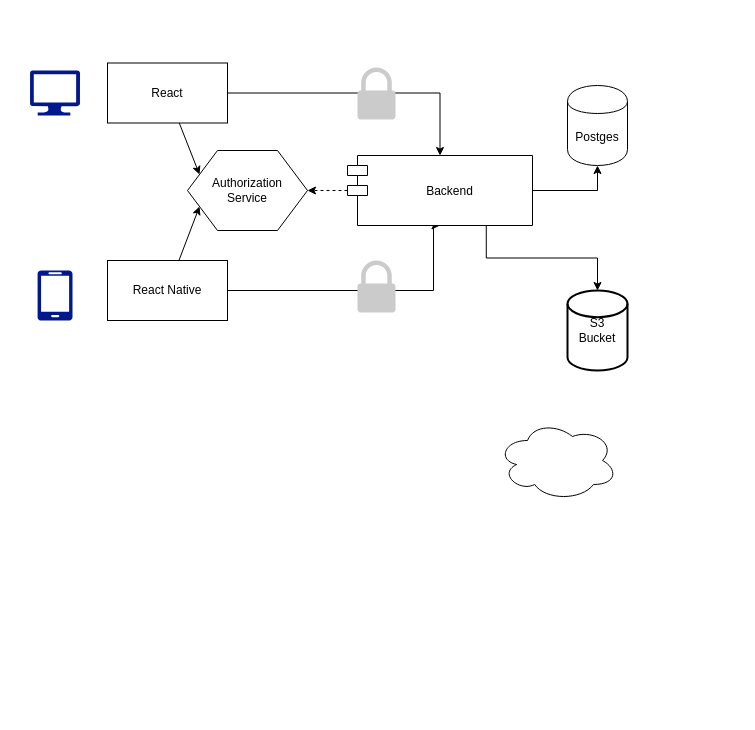
The draw.io diagram Life Logs Overview.drawio in gmarkoss/life-logs-poc, before the edit. Source tidied: cells renumbered, new cells numbered last; positions are measured from the earlier drawing's top-left corner, leaving out a move shared by most shapes. Both pictures are drawn from the tidied source at 100%, with x=0, y=0 at pixel (29, 62). Pictures stored in the file or linked from it are replaced by grey dashed boxes.
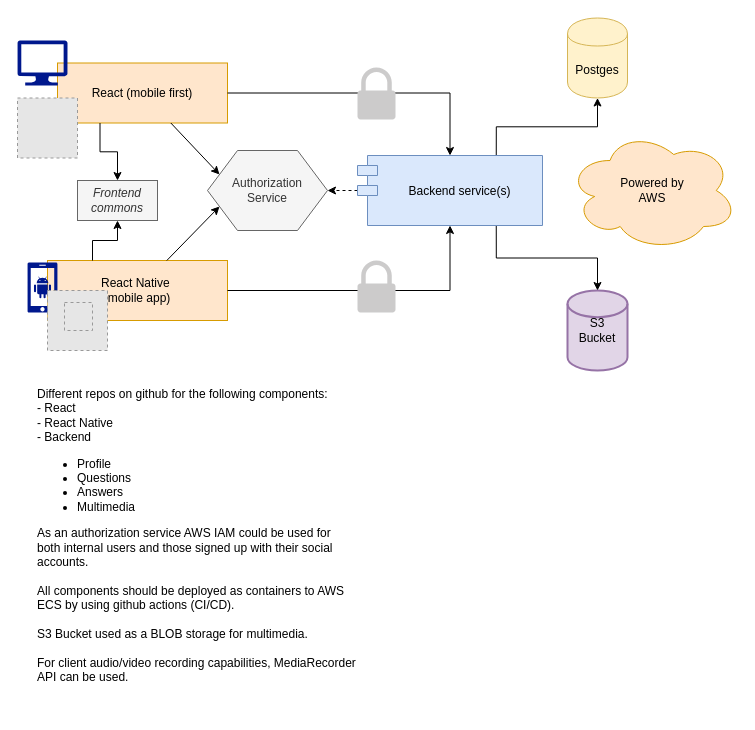
The same page after the edit.

Diff of the diagram source:
```diff
@@
-    <mxCell id="2" style="shadow=0;dashed=0;html=1;strokeColor=none;labelPosition=center;verticalLabelPosition=bottom;verticalAlign=top;align=center;fillColor=#00188D;shape=mxgraph.azure.mobile;" parent="1" vertex="1">
-      <mxGeometry x="8" y="208" width="35" height="50" as="geometry" />
-    </mxCell>
+    <mxCell id="9" value="React Native&amp;nbsp;&lt;br&gt;(mobile app)" style="rounded=0;whiteSpace=wrap;html=1;fillColor=#ffe6cc;strokeColor=#d79b00;" parent="1" vertex="1">
+      <mxGeometry x="18" y="198" width="180" height="60" as="geometry" />
+    </mxCell>
+    <mxCell id="6" value="React (mobile first)" style="rounded=0;whiteSpace=wrap;html=1;fillColor=#ffe6cc;strokeColor=#d79b00;" parent="1" vertex="1">
+      <mxGeometry x="28" y="0.5" width="170" height="60" as="geometry" />
+    </mxCell>
     <mxCell id="3" style="shadow=0;dashed=0;html=1;strokeColor=none;labelPosition=center;verticalLabelPosition=bottom;verticalAlign=top;align=center;fillColor=#00188D;shape=mxgraph.azure.computer;" parent="1" vertex="1">
-      <mxGeometry x="0.5" y="8" width="50" height="45" as="geometry" />
+      <mxGeometry x="-12" y="-22" width="50" height="45" as="geometry" />
     </mxCell>
+    <mxCell id="20" style="fillColor=#E6E6E6;strokeColor=#999999;dashed=1;html=1;verticalAlign=top;verticalLabelPosition=bottom;labelBackgroundColor=#ffffff;align=left;" parent="1" vertex="1">
+      <mxGeometry x="-12" y="35.5" width="60" height="60" as="geometry" />
+    </mxCell>
@@
-    <mxCell id="6" value="React" style="rounded=0;whiteSpace=wrap;html=1;" parent="1" vertex="1">
-      <mxGeometry x="78" y="0.5" width="120" height="60" as="geometry" />
-    </mxCell>
+    <mxCell id="21" style="edgeStyle=orthogonalEdgeStyle;rounded=0;jettySize=auto;html=1;entryX=0.5;entryY=0;entryDx=0;entryDy=0;exitX=0.25;exitY=1;exitDx=0;exitDy=0;" parent="1" edge="1" source="6" target="27">
+      <mxGeometry relative="1" as="geometry" />
+    </mxCell>
+    <mxCell id="8" style="rounded=0;jettySize=auto;html=1;entryX=0;entryY=0.75;entryDx=0;entryDy=0;" parent="1" edge="1" source="9" target="12">
+      <mxGeometry relative="1" as="geometry" />
+    </mxCell>
     <mxCell id="7" style="edgeStyle=orthogonalEdgeStyle;rounded=0;jettySize=auto;html=1;entryX=0.5;entryY=1;entryDx=0;entryDy=0;" parent="1" edge="1" source="9" target="17">
-      <mxGeometry relative="1" as="geometry">
-        <Array as="points">
-          <mxPoint x="404" y="228" />
-          <mxPoint x="404" y="163" />
-        </Array>
-      </mxGeometry>
+      <mxGeometry relative="1" as="geometry" />
     </mxCell>
-    <mxCell id="8" style="rounded=0;jettySize=auto;html=1;entryX=0;entryY=0.75;entryDx=0;entryDy=0;" parent="1" edge="1" source="9" target="12">
-      <mxGeometry relative="1" as="geometry" />
-    </mxCell>
-    <mxCell id="9" value="React Native" style="rounded=0;whiteSpace=wrap;html=1;" parent="1" vertex="1">
-      <mxGeometry x="78" y="198" width="120" height="60" as="geometry" />
-    </mxCell>
+    <mxCell id="22" style="edgeStyle=orthogonalEdgeStyle;rounded=0;jettySize=auto;html=1;entryX=0.5;entryY=1;entryDx=0;entryDy=0;exitX=0.25;exitY=0;exitDx=0;exitDy=0;" parent="1" edge="1" source="9" target="27">
+      <mxGeometry relative="1" as="geometry" />
+    </mxCell>
-    <mxCell id="10" value="Postges" style="shape=cylinder;whiteSpace=wrap;html=1;boundedLbl=1;backgroundOutline=1;" parent="1" vertex="1">
-      <mxGeometry x="538" y="23" width="60" height="80" as="geometry" />
+    <mxCell id="10" value="Postges" style="shape=cylinder;whiteSpace=wrap;html=1;boundedLbl=1;backgroundOutline=1;fillColor=#fff2cc;strokeColor=#d6b656;" parent="1" vertex="1">
+      <mxGeometry x="538" y="-44.5" width="60" height="80" as="geometry" />
     </mxCell>
-    <mxCell id="11" style="ellipse;shape=cloud;whiteSpace=wrap;html=1;" parent="1" vertex="1">
-      <mxGeometry x="468" y="358" width="120" height="80" as="geometry" />
+    <mxCell id="11" value="Powered by &lt;br&gt;AWS" style="ellipse;shape=cloud;whiteSpace=wrap;html=1;fillColor=#ffe6cc;strokeColor=#d79b00;" parent="1" vertex="1">
+      <mxGeometry x="538" y="68" width="170" height="120" as="geometry" />
     </mxCell>
-    <mxCell id="12" value="Authorization &lt;br&gt;Service" style="shape=hexagon;perimeter=hexagonPerimeter2;whiteSpace=wrap;html=1;" parent="1" vertex="1">
-      <mxGeometry x="158" y="88" width="120" height="80" as="geometry" />
+    <mxCell id="12" value="Authorization &lt;br&gt;Service" style="shape=hexagon;perimeter=hexagonPerimeter2;whiteSpace=wrap;html=1;fillColor=#f5f5f5;strokeColor=#666666;fontColor=#333333;" parent="1" vertex="1">
+      <mxGeometry x="178" y="88" width="120" height="80" as="geometry" />
     </mxCell>
-    <mxCell id="13" value="S3&lt;br&gt;Bucket" style="strokeWidth=2;html=1;shape=mxgraph.flowchart.database;whiteSpace=wrap;" parent="1" vertex="1">
+    <mxCell id="13" value="S3&lt;br&gt;Bucket" style="strokeWidth=2;html=1;shape=mxgraph.flowchart.database;whiteSpace=wrap;fillColor=#e1d5e7;strokeColor=#9673a6;" parent="1" vertex="1">
       <mxGeometry x="538" y="228" width="60" height="80" as="geometry" />
     </mxCell>
-    <mxCell id="14" style="edgeStyle=orthogonalEdgeStyle;rounded=0;jettySize=auto;html=1;entryX=0.5;entryY=1;entryDx=0;entryDy=0;" parent="1" edge="1" source="17" target="10">
+    <mxCell id="14" style="edgeStyle=orthogonalEdgeStyle;rounded=0;jettySize=auto;html=1;entryX=0.5;entryY=1;entryDx=0;entryDy=0;exitX=0.75;exitY=0;exitDx=0;exitDy=0;" parent="1" edge="1" source="17" target="10">
       <mxGeometry relative="1" as="geometry" />
     </mxCell>
@@
-    <mxCell id="17" value="Backend" style="shape=module;align=left;spacingLeft=20;align=center;verticalAlign=middle;" parent="1" vertex="1">
-      <mxGeometry x="318" y="93" width="185" height="70" as="geometry" />
+    <mxCell id="17" value="Backend service(s)" style="shape=module;align=left;spacingLeft=20;align=center;verticalAlign=middle;fillColor=#dae8fc;strokeColor=#6c8ebf;" parent="1" vertex="1">
+      <mxGeometry x="328" y="93" width="185" height="70" as="geometry" />
     </mxCell>
@@
+    <mxCell id="23" value="Different repos on github for the following components:&lt;br&gt;- React&lt;br&gt;- React Native&lt;br&gt;- Backend&lt;br&gt;&lt;ul&gt;&lt;li&gt;Profile&lt;/li&gt;&lt;li&gt;Questions&lt;/li&gt;&lt;li&gt;Answers&lt;/li&gt;&lt;li&gt;Multimedia&lt;/li&gt;&lt;/ul&gt;&lt;div&gt;As an authorization service AWS IAM could be used for both internal users and those signed up with their social accounts.&lt;br&gt;&lt;br&gt;&lt;/div&gt;&lt;div&gt;All components should be deployed as containers to AWS ECS by using github actions (CI/CD).&lt;br&gt;&lt;br&gt;S3 Bucket used as a BLOB storage for multimedia.&lt;/div&gt;&lt;div&gt;&lt;br&gt;&lt;/div&gt;&lt;div&gt;For client audio/video recording capabilities, MediaRecorder API can be used.&lt;br&gt;&lt;br&gt;&lt;br&gt;&lt;/div&gt;" style="text;html=1;strokeColor=none;fillColor=none;align=left;verticalAlign=top;whiteSpace=wrap;rounded=0;horizontal=1;" parent="1" vertex="1">
+      <mxGeometry x="6" y="318" width="322" height="310" as="geometry" />
+    </mxCell>
+    <mxCell id="24" style="shadow=0;dashed=0;html=1;strokeColor=none;labelPosition=center;verticalLabelPosition=bottom;verticalAlign=top;align=center;fillColor=#00188D;shape=mxgraph.mscae.enterprise.android_phone;" parent="1" vertex="1">
+      <mxGeometry x="-2" y="200" width="30" height="50" as="geometry" />
+    </mxCell>
+    <mxCell id="25" style="fillColor=#E6E6E6;strokeColor=#999999;dashed=1;html=1;verticalAlign=top;verticalLabelPosition=bottom;labelBackgroundColor=#ffffff;align=left;" parent="1" vertex="1">
+      <mxGeometry x="18" y="228" width="60" height="60" as="geometry" />
+    </mxCell>
+    <mxCell id="26" style="fillColor=#E6E6E6;strokeColor=#999999;dashed=1;html=1;verticalAlign=top;verticalLabelPosition=bottom;labelBackgroundColor=#ffffff;align=left;" parent="1" vertex="1">
+      <mxGeometry x="35" y="240" width="28" height="28" as="geometry" />
+    </mxCell>
+    <mxCell id="27" value="Frontend commons" style="rounded=0;whiteSpace=wrap;html=1;fillColor=#f5f5f5;align=center;strokeColor=#666666;fontColor=#333333;fontStyle=2;" parent="1" vertex="1">
+      <mxGeometry x="48" y="118" width="80" height="40" as="geometry" />
+    </mxCell>
```
